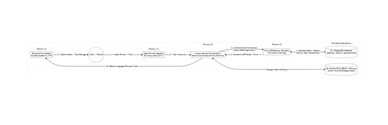
Before: docs/diagrams/04-data/dfd-conversation-tools.png, a diagram exported from Mermaid (HassanAhmedMa/Agentic-AI-Call-Center). Its source is kept beside it as docs/diagrams/04-data/dfd-conversation-tools.mmd.
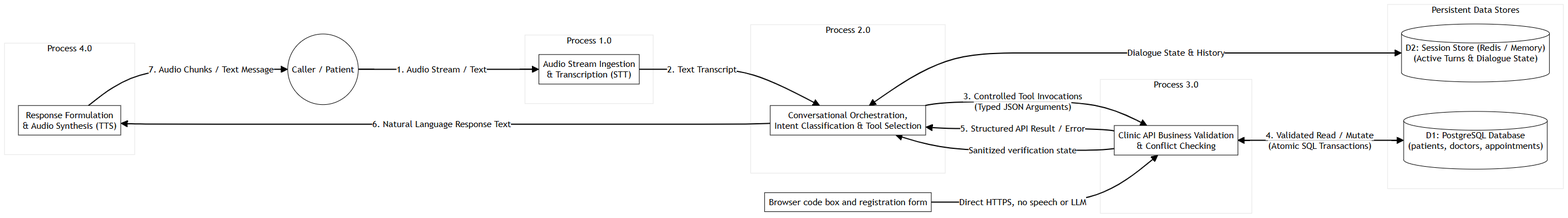
The same diagram one commit later.

Diff of the diagram source:
```diff
@@ -36,3 +36,6 @@
 
     P2_NLU -->|"6. Natural Language Response Text"| P4_TTS
     P4_TTS -->|"7. Audio Chunks / Text Message"| Caller
+
+    BrowserForm["Browser code box and registration form"] -->|"Direct HTTPS, no speech or LLM"| P3_Backend
+    P3_Backend -->|"Sanitized verification state"| P2_NLU
```
